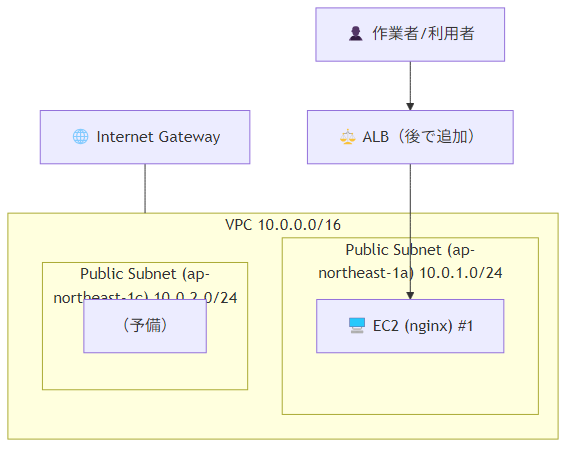
Before: diagram/architecture.png, a diagram exported from Mermaid (syuns0216/ai-iac-demo). Its source is kept beside it as diagram/architecture.mmd. Source of this version:
```mermaid
flowchart TB
  User["👤 作業者/利用者"] --> ALB["⚖️ ALB（後で追加）"]

  IGW["🌐 Internet Gateway"] --- VPC

  subgraph VPC["VPC 10.0.0.0/16"]
    direction TB
    subgraph Pub1["Public Subnet (ap-northeast-1a) 10.0.1.0/24"]
      direction TB
      EC2A["🖥️ EC2 (nginx) #1"]
    end

    subgraph Pub2["Public Subnet (ap-northeast-1c) 10.0.2.0/24"]
      direction TB
      Note2["（予備）"]

    end
  end

  ALB --> EC2A
```
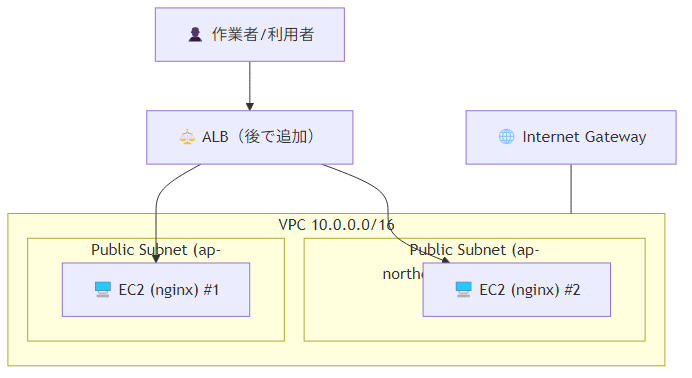
The same file after the commit.

Change to the diagram source:
```diff
@@ -12,9 +12,9 @@
 
     subgraph Pub2["Public Subnet (ap-northeast-1c) 10.0.2.0/24"]
       direction TB
-      Note2["（予備）"]
-
+      EC2B["🖥️ EC2 (nginx) #2"]
     end
   end
 
   ALB --> EC2A
+  ALB --> EC2B
```
